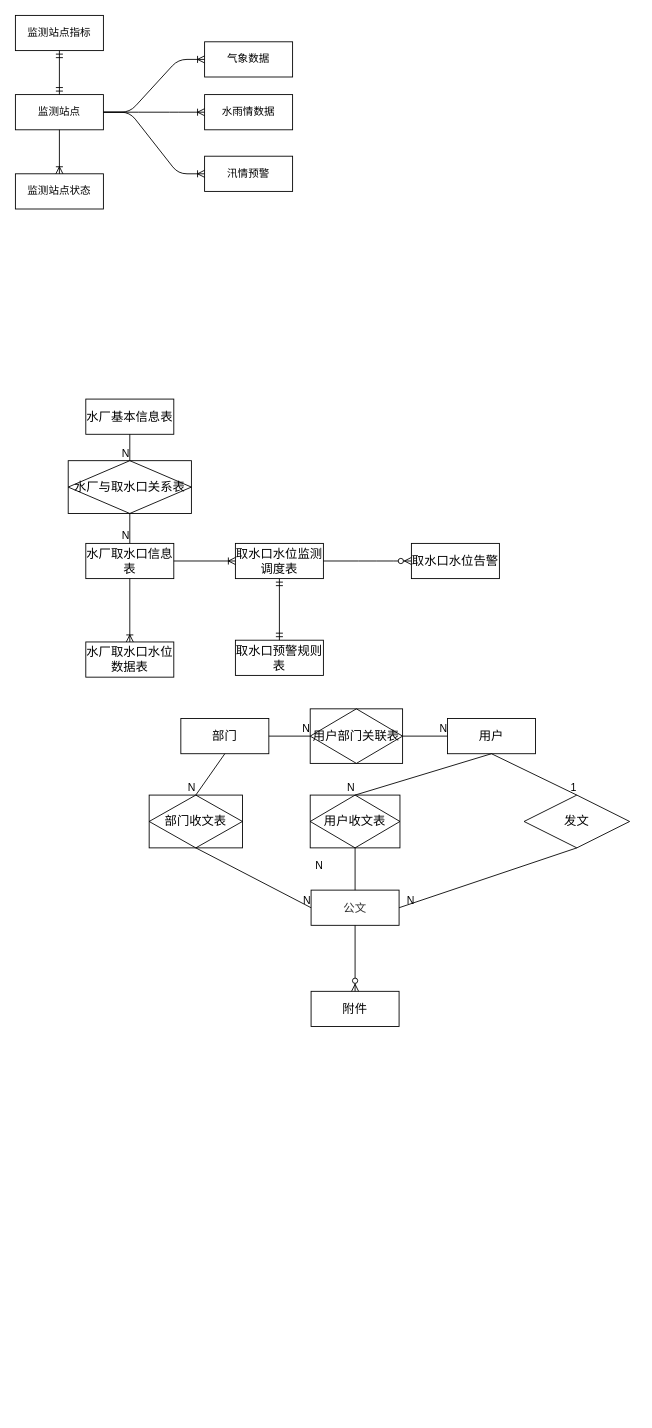
Earlier version of the draw.io diagram file/csfher.drawio (DORcode/admin-demo). Source tidied: cells renumbered, new cells numbered last; positions are measured from the earlier drawing's top-left corner, leaving out a move shared by most shapes. Both pictures are drawn from the tidied source at 88%, with x=0, y=0 at pixel (15, 15).
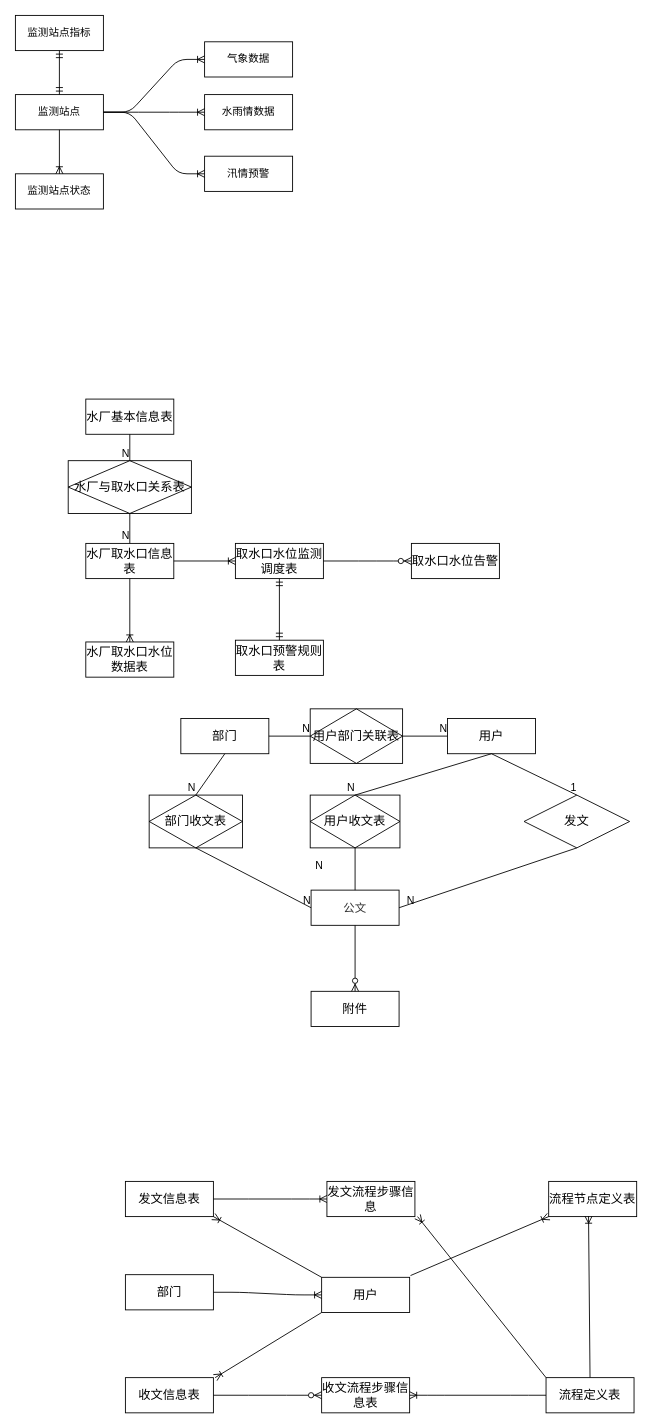
After the change.

Diff of the diagram source:
```diff
@@
+    <mxCell id="54" value="部门" style="whiteSpace=wrap;html=1;align=center;fontFamily=仿宋;fontSize=14;" parent="1" vertex="1">
+      <mxGeometry x="125" y="1431" width="100" height="40" as="geometry" />
+    </mxCell>
+    <mxCell id="55" value="发文流程步骤信息" style="whiteSpace=wrap;html=1;align=center;fontFamily=仿宋;fontSize=14;" parent="1" vertex="1">
+      <mxGeometry x="354" y="1325" width="100" height="40" as="geometry" />
+    </mxCell>
+    <mxCell id="56" value="流程节点定义表" style="whiteSpace=wrap;html=1;align=center;fontFamily=仿宋;fontSize=14;" parent="1" vertex="1">
+      <mxGeometry x="606" y="1325" width="100" height="40" as="geometry" />
+    </mxCell>
+    <mxCell id="57" value="用户" style="whiteSpace=wrap;html=1;align=center;fontFamily=仿宋;fontSize=14;" parent="1" vertex="1">
+      <mxGeometry x="348" y="1434" width="100" height="40" as="geometry" />
+    </mxCell>
+    <mxCell id="58" value="收文信息表" style="whiteSpace=wrap;html=1;align=center;fontFamily=仿宋;fontSize=14;" parent="1" vertex="1">
+      <mxGeometry x="125" y="1548" width="100" height="40" as="geometry" />
+    </mxCell>
+    <mxCell id="59" value="收文流程步骤信息表" style="whiteSpace=wrap;html=1;align=center;fontFamily=仿宋;fontSize=14;" parent="1" vertex="1">
+      <mxGeometry x="348" y="1548" width="100" height="40" as="geometry" />
+    </mxCell>
+    <mxCell id="60" value="流程定义表" style="whiteSpace=wrap;html=1;align=center;fontFamily=仿宋;fontSize=14;" parent="1" vertex="1">
+      <mxGeometry x="603" y="1548" width="100" height="40" as="geometry" />
+    </mxCell>
+    <mxCell id="61" value="发文信息表" style="whiteSpace=wrap;html=1;align=center;fontFamily=仿宋;fontSize=14;" parent="1" vertex="1">
+      <mxGeometry x="125" y="1325" width="100" height="40" as="geometry" />
+    </mxCell>
+    <mxCell id="62" style="edgeStyle=entityRelationEdgeStyle;fontSize=12;html=1;endArrow=ERoneToMany;exitX=1;exitY=0.5;exitDx=0;exitDy=0;entryX=0;entryY=0.5;entryDx=0;entryDy=0;" parent="1" edge="1" source="61" target="55">
+      <mxGeometry relative="1" as="geometry" />
+    </mxCell>
+    <mxCell id="63" style="fontSize=12;html=1;endArrow=ERoneToMany;exitX=0;exitY=0;exitDx=0;exitDy=0;entryX=1;entryY=1;entryDx=0;entryDy=0;elbow=vertical;" parent="1" edge="1" source="57" target="61">
+      <mxGeometry relative="1" as="geometry" />
+    </mxCell>
+    <mxCell id="64" style="edgeStyle=entityRelationEdgeStyle;fontSize=12;html=1;endArrow=ERoneToMany;" parent="1" edge="1" source="54" target="57">
+      <mxGeometry relative="1" as="geometry" />
+    </mxCell>
+    <mxCell id="65" style="edgeStyle=entityRelationEdgeStyle;fontSize=12;html=1;endArrow=ERzeroToMany;endFill=1;" parent="1" edge="1" source="58" target="59">
+      <mxGeometry relative="1" as="geometry" />
+    </mxCell>
+    <mxCell id="66" style="fontSize=12;html=1;endArrow=ERoneToMany;entryX=0.453;entryY=0.988;entryDx=0;entryDy=0;entryPerimeter=0;exitX=0.5;exitY=0;exitDx=0;exitDy=0;" parent="1" edge="1" source="60" target="56">
+      <mxGeometry relative="1" as="geometry" />
+    </mxCell>
+    <mxCell id="67" style="edgeStyle=entityRelationEdgeStyle;fontSize=12;html=1;endArrow=ERoneToMany;exitX=0;exitY=0.5;exitDx=0;exitDy=0;entryX=1;entryY=0.5;entryDx=0;entryDy=0;" parent="1" edge="1" source="60" target="59">
+      <mxGeometry relative="1" as="geometry" />
+    </mxCell>
+    <mxCell id="68" style="fontSize=12;html=1;endArrow=ERoneToMany;entryX=0;entryY=1;entryDx=0;entryDy=0;" parent="1" edge="1" target="56">
+      <mxGeometry relative="1" as="geometry">
+        <mxPoint x="449" y="1432" as="sourcePoint" />
+      </mxGeometry>
+    </mxCell>
+    <mxCell id="69" style="fontSize=12;html=1;endArrow=ERoneToMany;exitX=0;exitY=0;exitDx=0;exitDy=0;" parent="1" edge="1" source="60">
+      <mxGeometry relative="1" as="geometry">
+        <mxPoint x="457" y="1365" as="targetPoint" />
+      </mxGeometry>
+    </mxCell>
+    <mxCell id="70" style="fontSize=12;html=1;endArrow=ERoneToMany;exitX=0;exitY=1;exitDx=0;exitDy=0;" parent="1" edge="1" source="57">
+      <mxGeometry relative="1" as="geometry">
+        <mxPoint x="227" y="1548" as="targetPoint" />
+      </mxGeometry>
+    </mxCell>
```
